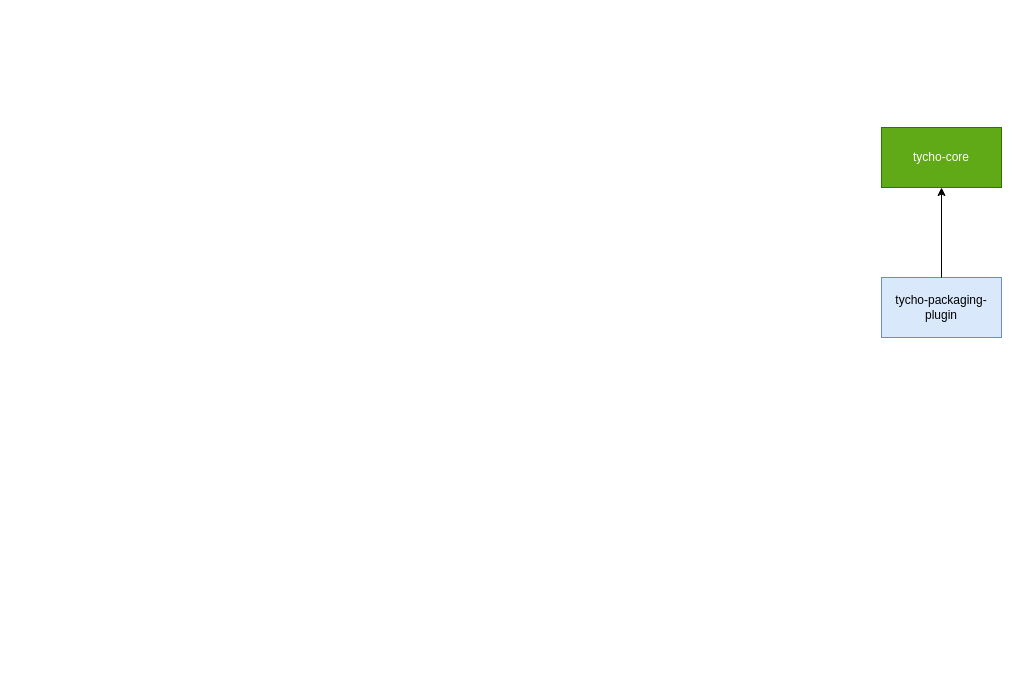
Before: Untitled Diagram.drawio in bixiyan/designfiles, a draw.io diagram. Source tidied: cells renumbered, new cells numbered last; positions are measured from the earlier drawing's top-left corner, leaving out a move shared by most shapes. Both pictures are drawn from the tidied source at 100%, with x=0, y=0 at pixel (881, 127).
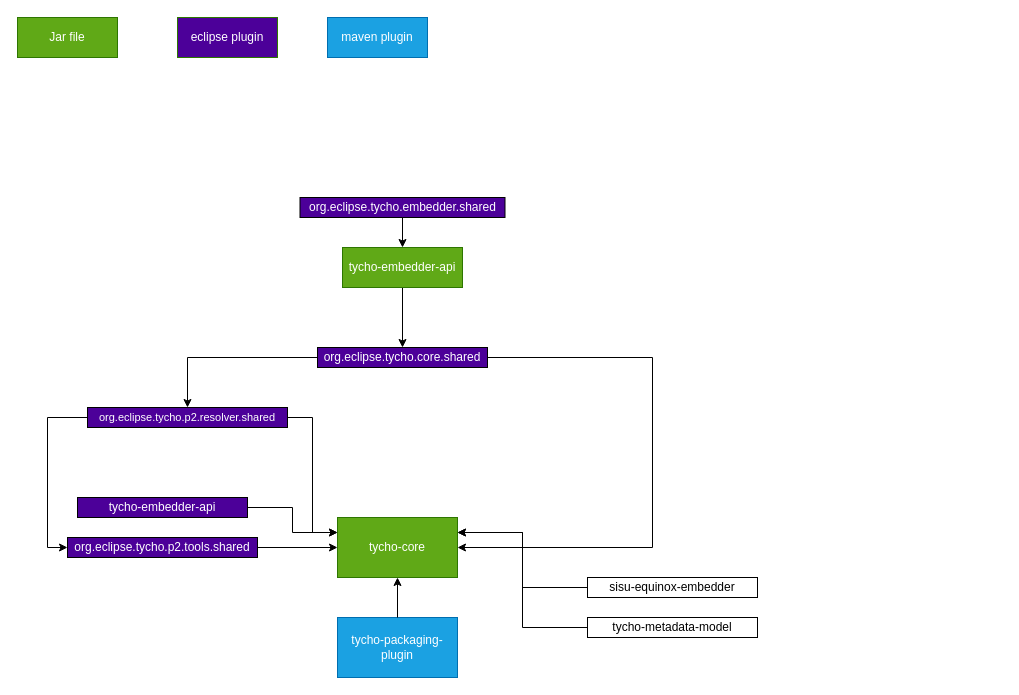
The same page after the edit.

Change to the diagram source:
```diff
@@
-    <mxCell id="2" value="tycho-packaging-plugin" style="rounded=0;whiteSpace=wrap;html=1;fillColor=#dae8fc;strokeColor=#6c8ebf;" parent="1" vertex="1">
-      <mxGeometry y="150" width="120" height="60" as="geometry" />
+    <mxCell id="2" value="tycho-packaging-plugin" style="rounded=0;whiteSpace=wrap;html=1;fillColor=#1ba1e2;strokeColor=#006EAF;fontColor=#ffffff;" parent="1" vertex="1">
+      <mxGeometry x="-544" y="490" width="120" height="60" as="geometry" />
     </mxCell>
     <mxCell id="3" value="tycho-core" style="rounded=0;whiteSpace=wrap;html=1;fillColor=#60a917;strokeColor=#2D7600;fontColor=#ffffff;" parent="1" vertex="1">
-      <mxGeometry width="120" height="60" as="geometry" />
+      <mxGeometry x="-544" y="390" width="120" height="60" as="geometry" />
     </mxCell>
@@
+    <mxCell id="5" style="edgeStyle=orthogonalEdgeStyle;rounded=0;jettySize=auto;html=1;entryX=0;entryY=0.5;entryDx=0;entryDy=0;" parent="1" edge="1" source="6" target="3">
+      <mxGeometry relative="1" as="geometry" />
+    </mxCell>
+    <mxCell id="6" value="&lt;font color=&quot;#ffffff&quot;&gt;org.eclipse.tycho.p2.tools.shared&lt;/font&gt;" style="rounded=0;whiteSpace=wrap;html=1;fillColor=#4C0099;" parent="1" vertex="1">
+      <mxGeometry x="-814" y="410" width="190" height="20" as="geometry" />
+    </mxCell>
+    <mxCell id="7" style="edgeStyle=orthogonalEdgeStyle;rounded=0;jettySize=auto;html=1;entryX=0;entryY=0.25;entryDx=0;entryDy=0;" parent="1" edge="1" source="9" target="3">
+      <mxGeometry relative="1" as="geometry" />
+    </mxCell>
+    <mxCell id="8" style="edgeStyle=orthogonalEdgeStyle;rounded=0;jettySize=auto;html=1;entryX=0;entryY=0.5;entryDx=0;entryDy=0;exitX=0;exitY=0.5;exitDx=0;exitDy=0;" parent="1" edge="1" source="9" target="6">
+      <mxGeometry relative="1" as="geometry" />
+    </mxCell>
+    <mxCell id="9" value="&lt;font style=&quot;font-size: 11px&quot; color=&quot;#ffffff&quot;&gt;org.eclipse.tycho.p2.resolver.shared&lt;/font&gt;" style="rounded=0;whiteSpace=wrap;html=1;fillColor=#4C0099;" parent="1" vertex="1">
+      <mxGeometry x="-794" y="280" width="200" height="20" as="geometry" />
+    </mxCell>
+    <mxCell id="10" style="edgeStyle=orthogonalEdgeStyle;rounded=0;jettySize=auto;html=1;entryX=1;entryY=0.25;entryDx=0;entryDy=0;" parent="1" edge="1" source="11" target="3">
+      <mxGeometry relative="1" as="geometry" />
+    </mxCell>
+    <mxCell id="11" value="sisu-equinox-embedder" style="rounded=0;whiteSpace=wrap;html=1;" parent="1" vertex="1">
+      <mxGeometry x="-294" y="450" width="170" height="20" as="geometry" />
+    </mxCell>
+    <mxCell id="12" style="edgeStyle=orthogonalEdgeStyle;rounded=0;jettySize=auto;html=1;entryX=1;entryY=0.25;entryDx=0;entryDy=0;" parent="1" edge="1" source="13" target="3">
+      <mxGeometry relative="1" as="geometry" />
+    </mxCell>
+    <mxCell id="13" value="tycho-metadata-model" style="rounded=0;whiteSpace=wrap;html=1;" parent="1" vertex="1">
+      <mxGeometry x="-294" y="490" width="170" height="20" as="geometry" />
+    </mxCell>
+    <mxCell id="14" style="edgeStyle=orthogonalEdgeStyle;rounded=0;jettySize=auto;html=1;entryX=0;entryY=0.25;entryDx=0;entryDy=0;" parent="1" edge="1" source="15" target="3">
+      <mxGeometry relative="1" as="geometry" />
+    </mxCell>
+    <mxCell id="15" value="&lt;font color=&quot;#ffffff&quot;&gt;tycho-embedder-api&lt;/font&gt;" style="rounded=0;whiteSpace=wrap;html=1;fillColor=#4C0099;" parent="1" vertex="1">
+      <mxGeometry x="-804" y="370" width="170" height="20" as="geometry" />
+    </mxCell>
+    <mxCell id="16" style="edgeStyle=orthogonalEdgeStyle;rounded=0;jettySize=auto;html=1;entryX=1;entryY=0.5;entryDx=0;entryDy=0;" parent="1" edge="1" source="18" target="3">
+      <mxGeometry relative="1" as="geometry">
+        <Array as="points">
+          <mxPoint x="-229" y="420" />
+        </Array>
+      </mxGeometry>
+    </mxCell>
+    <mxCell id="17" style="edgeStyle=orthogonalEdgeStyle;rounded=0;jettySize=auto;html=1;entryX=0.5;entryY=0;entryDx=0;entryDy=0;" parent="1" edge="1" source="18" target="9">
+      <mxGeometry relative="1" as="geometry" />
+    </mxCell>
+    <mxCell id="18" value="&lt;font color=&quot;#ffffff&quot;&gt;org.eclipse.tycho.core.shared&lt;/font&gt;" style="rounded=0;whiteSpace=wrap;html=1;fillColor=#4C0099;" parent="1" vertex="1">
+      <mxGeometry x="-564" y="220" width="170" height="20" as="geometry" />
+    </mxCell>
+    <mxCell id="19" value="Jar file" style="rounded=0;whiteSpace=wrap;html=1;fillColor=#60a917;strokeColor=#2D7600;fontColor=#ffffff;" parent="1" vertex="1">
+      <mxGeometry x="-864" y="-110" width="100" height="40" as="geometry" />
+    </mxCell>
+    <mxCell id="20" value="eclipse plugin" style="rounded=0;whiteSpace=wrap;html=1;strokeColor=#2D7600;fontColor=#ffffff;fillColor=#4C0099;" parent="1" vertex="1">
+      <mxGeometry x="-704" y="-110" width="100" height="40" as="geometry" />
+    </mxCell>
+    <mxCell id="21" value="maven plugin" style="rounded=0;whiteSpace=wrap;html=1;strokeColor=#006EAF;fontColor=#ffffff;fillColor=#1ba1e2;" parent="1" vertex="1">
+      <mxGeometry x="-554" y="-110" width="100" height="40" as="geometry" />
+    </mxCell>
+    <mxCell id="22" style="edgeStyle=orthogonalEdgeStyle;rounded=0;jettySize=auto;html=1;" parent="1" edge="1" source="23" target="18">
+      <mxGeometry relative="1" as="geometry" />
+    </mxCell>
+    <mxCell id="23" value="tycho-embedder-api" style="rounded=0;whiteSpace=wrap;html=1;fillColor=#60a917;strokeColor=#2D7600;fontColor=#ffffff;" parent="1" vertex="1">
+      <mxGeometry x="-539" y="120" width="120" height="40" as="geometry" />
+    </mxCell>
+    <mxCell id="24" style="edgeStyle=orthogonalEdgeStyle;rounded=0;jettySize=auto;html=1;entryX=0.5;entryY=0;entryDx=0;entryDy=0;" parent="1" edge="1" source="25" target="23">
+      <mxGeometry relative="1" as="geometry" />
+    </mxCell>
+    <mxCell id="25" value="&lt;font color=&quot;#ffffff&quot;&gt;org.eclipse.tycho.embedder.shared&lt;/font&gt;" style="rounded=0;whiteSpace=wrap;html=1;fillColor=#4C0099;" parent="1" vertex="1">
+      <mxGeometry x="-581.5" y="70" width="205" height="20" as="geometry" />
+    </mxCell>
```
